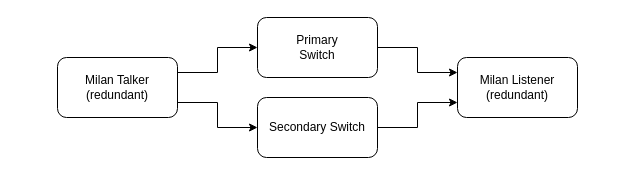
avb-academy/avb_academy keeps this draw.io diagram as static/images/redundancy.drawio. Above is the earlier version. Source tidied: cells renumbered, new cells numbered last; positions are measured from the earlier drawing's top-left corner, leaving out a move shared by most shapes. Both pictures are drawn from the tidied source at 100%, with x=0, y=0 at pixel (57, 17).
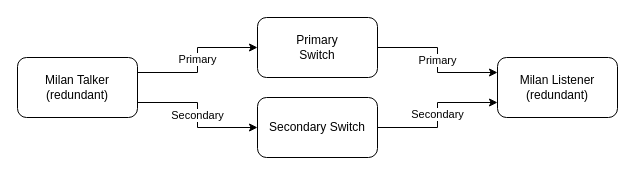
The same page after the edit.

What changed in the source:
```diff
@@
 <mxGraphModel>
   <root>
     <mxCell id="0" />
     <mxCell id="1" parent="0" />
-    <mxCell id="2" style="edgeStyle=orthogonalEdgeStyle;html=1;exitX=1;exitY=0.25;exitDx=0;exitDy=0;entryX=0;entryY=0.5;entryDx=0;entryDy=0;rounded=0;" parent="1" edge="1" source="4" target="6">
+    <mxCell id="2" value="Primary" style="edgeStyle=orthogonalEdgeStyle;html=1;exitX=1;exitY=0.25;exitDx=0;exitDy=0;entryX=0;entryY=0.5;entryDx=0;entryDy=0;rounded=0;" parent="1" edge="1" source="4" target="6">
       <mxGeometry relative="1" as="geometry" />
     </mxCell>
-    <mxCell id="3" style="edgeStyle=orthogonalEdgeStyle;shape=connector;rounded=0;html=1;exitX=1;exitY=0.75;exitDx=0;exitDy=0;labelBackgroundColor=default;strokeColor=default;fontFamily=Helvetica;fontSize=11;fontColor=default;endArrow=classic;" parent="1" edge="1" source="4" target="8">
+    <mxCell id="3" value="Secondary" style="edgeStyle=orthogonalEdgeStyle;shape=connector;rounded=0;html=1;exitX=1;exitY=0.75;exitDx=0;exitDy=0;labelBackgroundColor=default;strokeColor=default;fontFamily=Helvetica;fontSize=11;fontColor=default;endArrow=classic;" parent="1" edge="1" source="4" target="8">
       <mxGeometry relative="1" as="geometry" />
     </mxCell>
     <mxCell id="4" value="Milan Talker&lt;br&gt;(redundant)" style="rounded=1;whiteSpace=wrap;html=1;" parent="1" vertex="1">
-      <mxGeometry y="40" width="120" height="60" as="geometry" />
+      <mxGeometry x="-40" y="40" width="120" height="60" as="geometry" />
     </mxCell>
-    <mxCell id="5" style="edgeStyle=orthogonalEdgeStyle;shape=connector;rounded=0;html=1;exitX=1;exitY=0.5;exitDx=0;exitDy=0;labelBackgroundColor=default;strokeColor=default;fontFamily=Helvetica;fontSize=11;fontColor=default;endArrow=classic;entryX=0;entryY=0.25;entryDx=0;entryDy=0;" parent="1" edge="1" source="6" target="9">
+    <mxCell id="5" value="Primary" style="edgeStyle=orthogonalEdgeStyle;shape=connector;rounded=0;html=1;exitX=1;exitY=0.5;exitDx=0;exitDy=0;labelBackgroundColor=default;strokeColor=default;fontFamily=Helvetica;fontSize=11;fontColor=default;endArrow=classic;entryX=0;entryY=0.25;entryDx=0;entryDy=0;" parent="1" edge="1" source="6" target="9">
       <mxGeometry relative="1" as="geometry" />
     </mxCell>
     <mxCell id="6" value="Primary&lt;br&gt;Switch" style="rounded=1;whiteSpace=wrap;html=1;" parent="1" vertex="1">
       <mxGeometry x="200" width="120" height="60" as="geometry" />
     </mxCell>
-    <mxCell id="7" style="edgeStyle=orthogonalEdgeStyle;shape=connector;rounded=0;html=1;exitX=1;exitY=0.5;exitDx=0;exitDy=0;entryX=0;entryY=0.75;entryDx=0;entryDy=0;labelBackgroundColor=default;strokeColor=default;fontFamily=Helvetica;fontSize=11;fontColor=default;endArrow=classic;" parent="1" edge="1" source="8" target="9">
+    <mxCell id="7" value="Secondary" style="edgeStyle=orthogonalEdgeStyle;shape=connector;rounded=0;html=1;exitX=1;exitY=0.5;exitDx=0;exitDy=0;entryX=0;entryY=0.75;entryDx=0;entryDy=0;labelBackgroundColor=default;strokeColor=default;fontFamily=Helvetica;fontSize=11;fontColor=default;endArrow=classic;" parent="1" edge="1" source="8" target="9">
       <mxGeometry relative="1" as="geometry" />
     </mxCell>
     <mxCell id="8" value="Secondary Switch" style="rounded=1;whiteSpace=wrap;html=1;" parent="1" vertex="1">
       <mxGeometry x="200" y="80" width="120" height="60" as="geometry" />
     </mxCell>
     <mxCell id="9" value="Milan Listener&lt;br&gt;(redundant)" style="rounded=1;whiteSpace=wrap;html=1;" parent="1" vertex="1">
-      <mxGeometry x="400" y="40" width="120" height="60" as="geometry" />
+      <mxGeometry x="440" y="40" width="120" height="60" as="geometry" />
     </mxCell>
   </root>
 </mxGraphModel>
```
